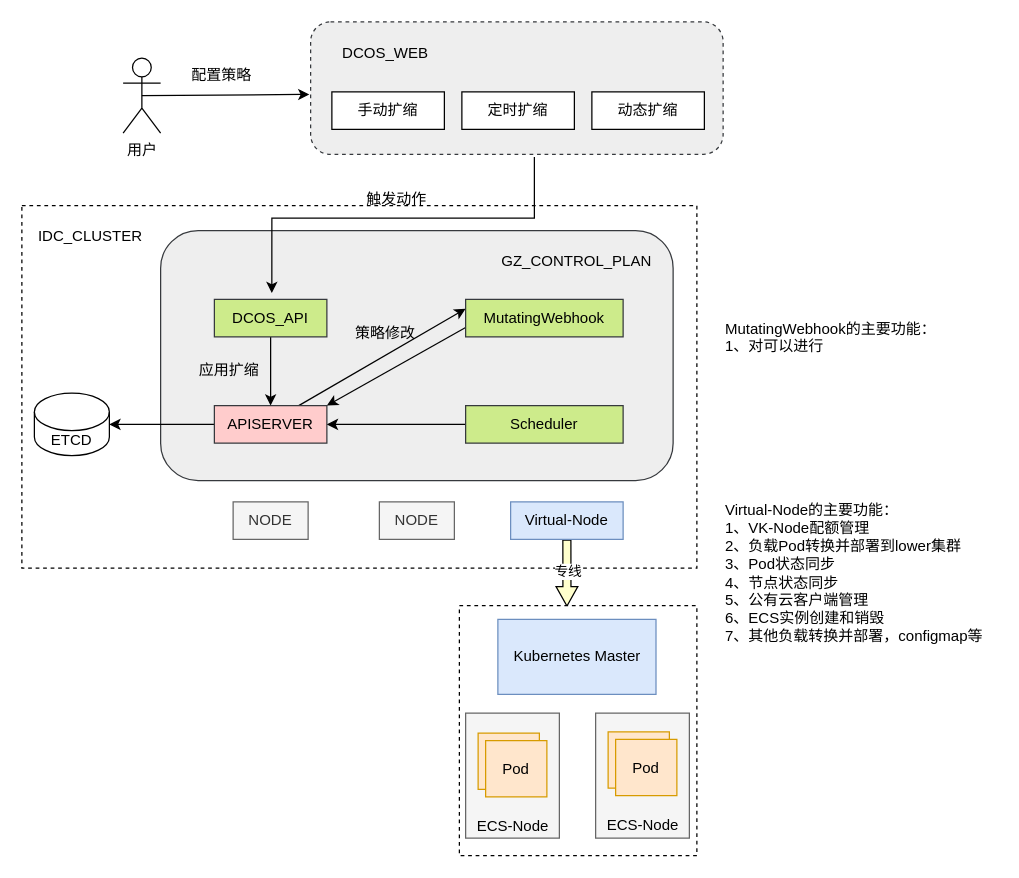
Earlier version of the draw.io diagram page "第 2 页" (2 of 2) of mixed-cloud-schedule.drawio (Mr-lixh/diagrams). Source tidied: cells renumbered, new cells numbered last; positions are measured from the earlier drawing's top-left corner, leaving out a move shared by most shapes. Both pictures are drawn from the tidied source at 125%, with x=0, y=0 at pixel (21, 21).
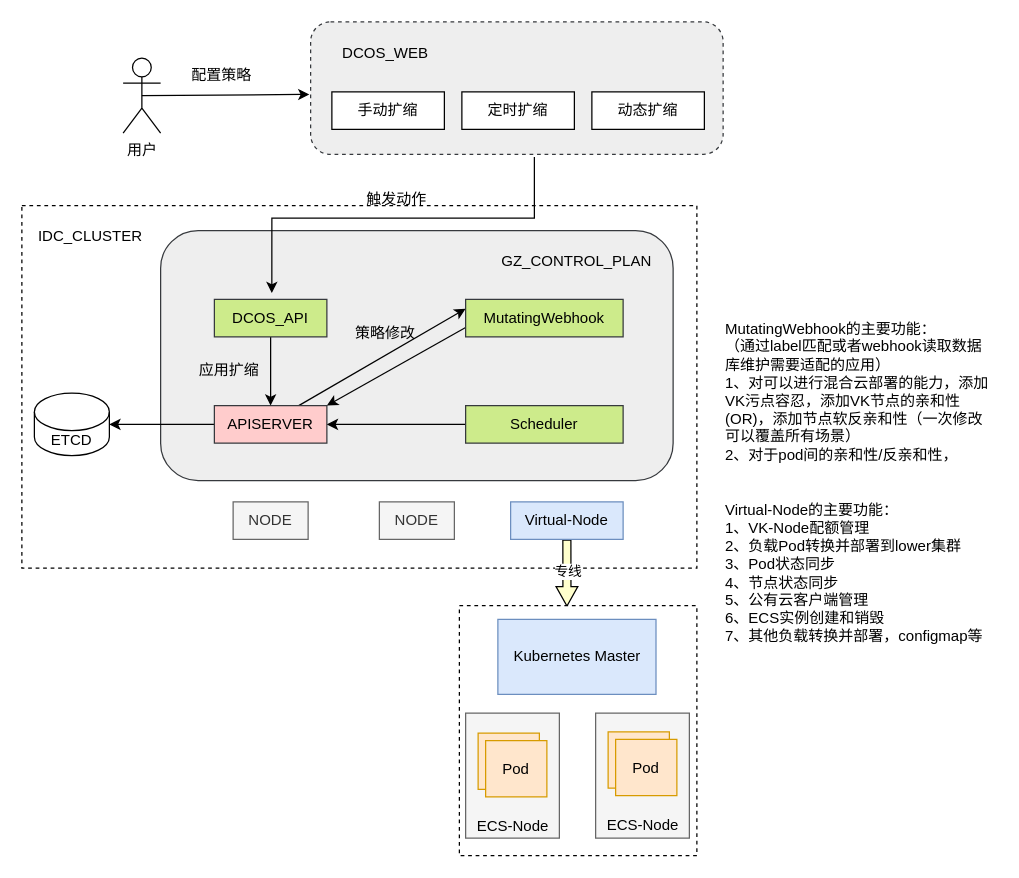
After the change.

Change to the diagram source:
```diff
@@
-    <mxCell id="36" value="MutatingWebhook的主要功能：&lt;br&gt;1、对可以进行" style="text;html=1;strokeColor=none;fillColor=none;align=left;verticalAlign=top;whiteSpace=wrap;rounded=0;dashed=1;" parent="1" vertex="1">
-      <mxGeometry x="561" y="232" width="209" height="120" as="geometry" />
+    <mxCell id="36" value="MutatingWebhook的主要功能：&lt;br&gt;（通过label匹配或者webhook读取数据库维护需要适配的应用）&lt;br&gt;1、对可以进行混合云部署的能力，添加VK污点容忍，添加VK节点的亲和性(OR)，添加节点软反亲和性（一次修改可以覆盖所有场景）&lt;br&gt;2、对于pod间的亲和性/反亲和性，" style="text;html=1;strokeColor=none;fillColor=none;align=left;verticalAlign=top;whiteSpace=wrap;rounded=0;dashed=1;" parent="1" vertex="1">
+      <mxGeometry x="561" y="232" width="219" height="135" as="geometry" />
     </mxCell>
```
